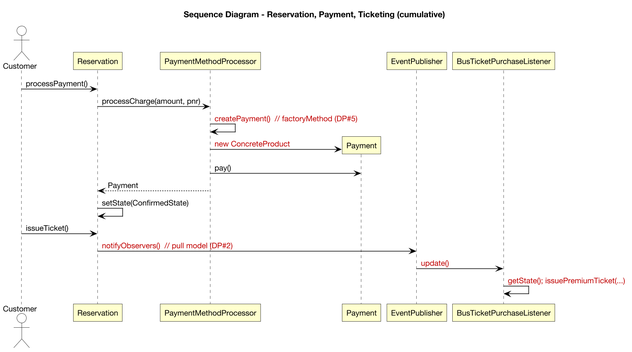
Earlier version of the PlantUML export docs/diagrams/iter4-puml/behav/sequence-reservation-main.png (gimjungwook/KoreanAirReservationDomain).
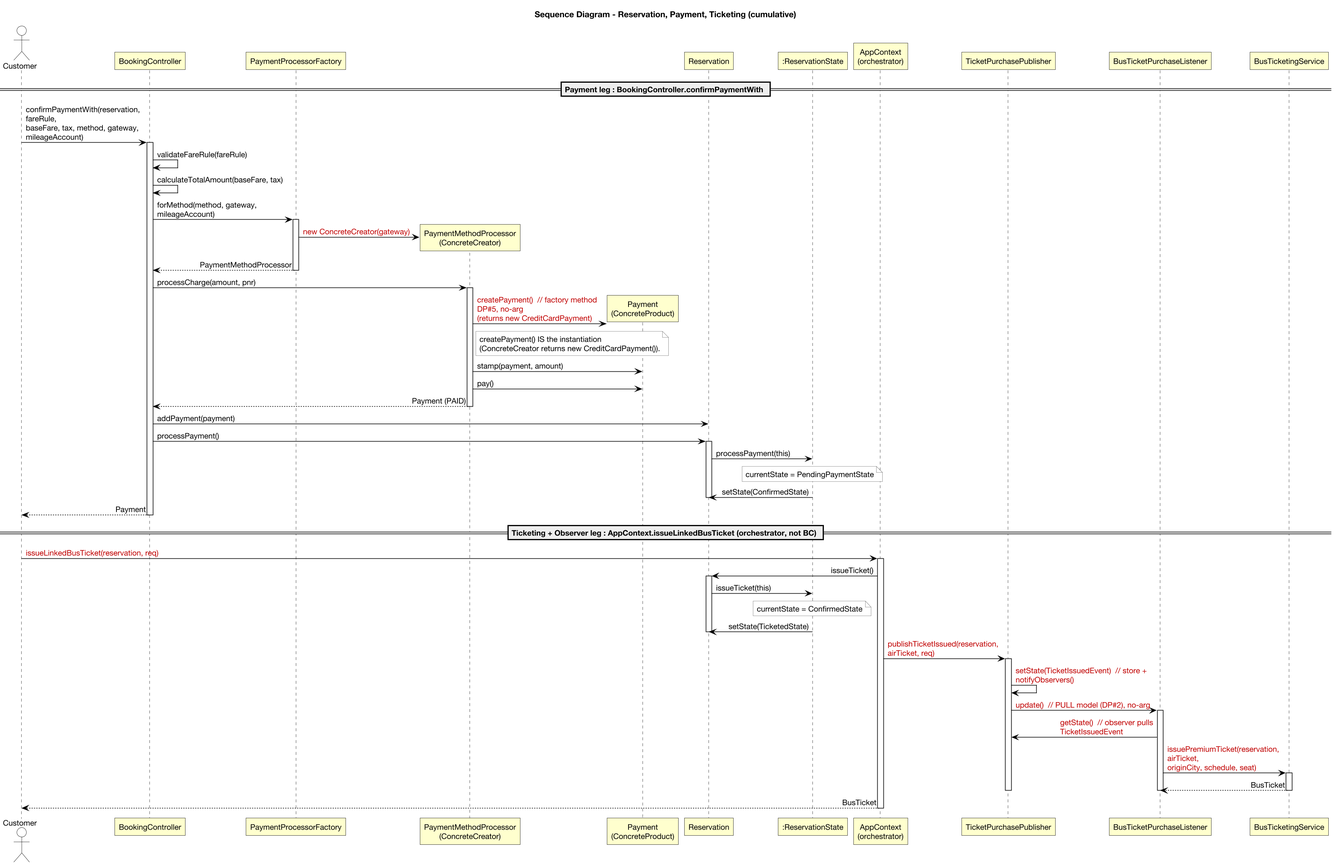
Above is the later version.

Diff of the diagram source:
```diff
@@ -21,24 +21,81 @@
 skinparam LifelineBorderColor #000000
 skinparam noteBackgroundColor #FFFFFF
 skinparam noteBorderColor #777777
+skinparam sequenceMessageAlign first
+skinparam maxMessageSize 240
 
 title Sequence Diagram - Reservation, Payment, Ticketing (cumulative)
+
 actor Customer
-participant Reservation
-participant PaymentMethodProcessor as PMP
-participant Payment
-participant EventPublisher
-participant BusTicketPurchaseListener as BUS
-Customer -> Reservation : processPayment()
-Reservation -> PMP : processCharge(amount, pnr)
-PMP -> PMP : <color:#C00000>createPayment()  // factoryMethod (DP#5)</color>
-create Payment
-PMP -> Payment : <color:#C00000>new ConcreteProduct</color>
-PMP -> Payment : pay()
-PMP --> Reservation : Payment
-Reservation -> Reservation : setState(ConfirmedState)
-Customer -> Reservation : issueTicket()
-Reservation -> EventPublisher : <color:#C00000>notifyObservers()  // pull model (DP#2)</color>
-EventPublisher -> BUS : <color:#C00000>update()</color>
-BUS -> BUS : <color:#C00000>getState(); issuePremiumTicket(...)</color>
+participant "BookingController" as BC
+participant "PaymentProcessorFactory" as FAC
+participant "PaymentMethodProcessor\n(ConcreteCreator)" as PMP
+participant "Payment\n(ConcreteProduct)" as PAY
+participant "Reservation" as RES
+participant ":ReservationState" as ST
+participant "AppContext\n(orchestrator)" as ORC
+participant "TicketPurchasePublisher" as PUB
+participant "BusTicketPurchaseListener" as OBS
+participant "BusTicketingService" as SVC
+
+== Payment leg : BookingController.confirmPaymentWith ==
+
+Customer -> BC : confirmPaymentWith(reservation, fareRule,\nbaseFare, tax, method, gateway, mileageAccount)
+activate BC
+BC -> BC : validateFareRule(fareRule)
+BC -> BC : calculateTotalAmount(baseFare, tax)
+
+BC -> FAC : forMethod(method, gateway, mileageAccount)
+activate FAC
+create PMP
+FAC -> PMP : <color:#C00000>new ConcreteCreator(gateway)</color>
+FAC --> BC : PaymentMethodProcessor
+deactivate FAC
+
+BC -> PMP : processCharge(amount, pnr)
+activate PMP
+create PAY
+PMP -> PAY : <color:#C00000>createPayment()  // factory method DP#5, no-arg</color>\n<color:#C00000>(returns new CreditCardPayment)</color>
+note right of PMP : createPayment() IS the instantiation\n(ConcreteCreator returns new CreditCardPayment()).
+PMP -> PAY : stamp(payment, amount)
+PMP -> PAY : pay()
+PMP --> BC : Payment (PAID)
+deactivate PMP
+
+BC -> RES : addPayment(payment)
+BC -> RES : processPayment()
+activate RES
+RES -> ST : processPayment(this)
+note over ST : currentState = PendingPaymentState
+ST -> RES : setState(ConfirmedState)
+deactivate RES
+BC --> Customer : Payment
+deactivate BC
+
+== Ticketing + Observer leg : AppContext.issueLinkedBusTicket (orchestrator, not BC) ==
+
+Customer -> ORC : <color:#C00000>issueLinkedBusTicket(reservation, req)</color>
+activate ORC
+ORC -> RES : issueTicket()
+activate RES
+RES -> ST : issueTicket(this)
+note over ST : currentState = ConfirmedState
+ST -> RES : setState(TicketedState)
+deactivate RES
+
+ORC -> PUB : <color:#C00000>publishTicketIssued(reservation, airTicket, req)</color>
+activate PUB
+PUB -> PUB : <color:#C00000>setState(TicketIssuedEvent)  // store + notifyObservers()</color>
+PUB -> OBS : <color:#C00000>update()  // PULL model (DP#2), no-arg</color>
+activate OBS
+OBS -> PUB : <color:#C00000>getState()  // observer pulls TicketIssuedEvent</color>
+OBS -> SVC : <color:#C00000>issuePremiumTicket(reservation, airTicket,</color>\n<color:#C00000>originCity, schedule, seat)</color>
+activate SVC
+SVC --> OBS : BusTicket
+deactivate SVC
+deactivate OBS
+deactivate PUB
+ORC --> Customer : BusTicket
+deactivate ORC
+
 @enduml
```
